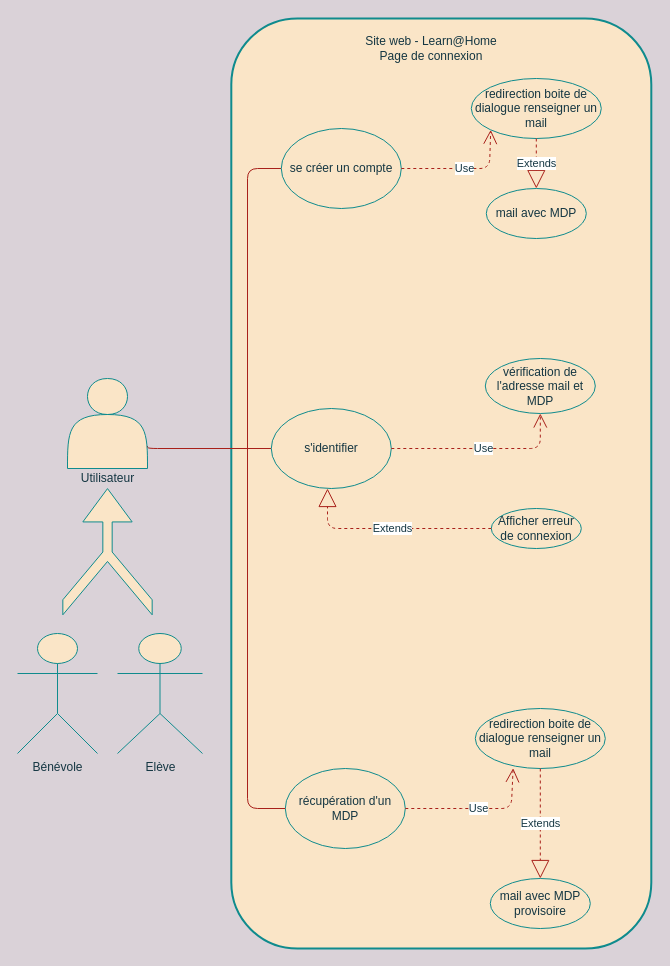
Formation-DA-PYTHON2021/projet3 keeps this draw.io diagram as page "Connection" (1 of 6) of Copy of Untitled Diagram.drawio. Above is the earlier version. Source tidied: cells renumbered, new cells numbered last; positions are measured from the earlier drawing's top-left corner, leaving out a move shared by most shapes. Both pictures are drawn from the tidied source at 100%, with x=0, y=0 at pixel (17, 18).
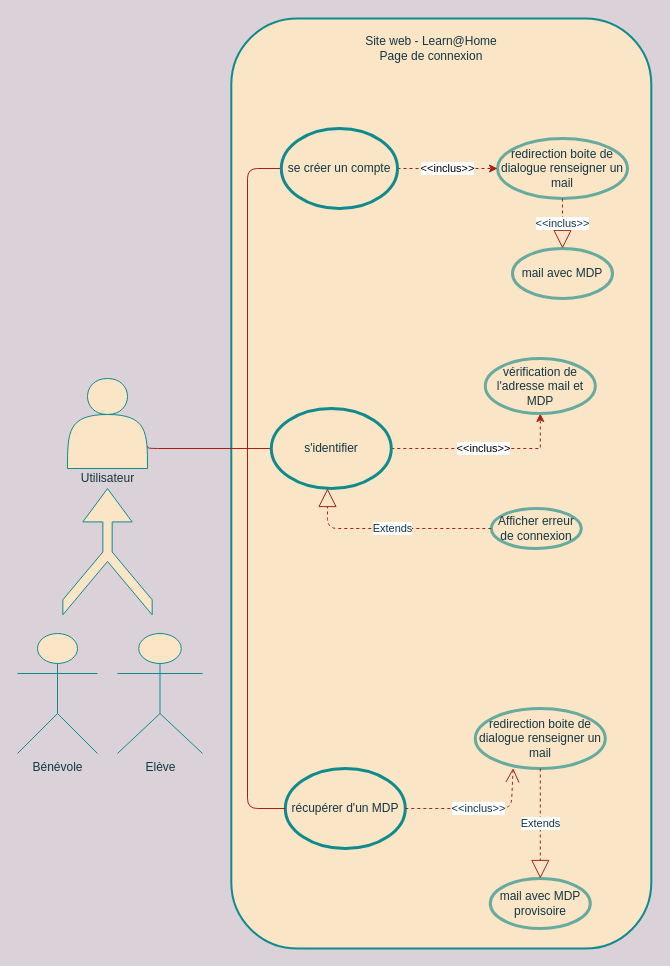
After the change.

Diff of the diagram source:
```diff
@@
+    <mxCell id="19" value="&amp;lt;&amp;lt;inclus&amp;gt;&amp;gt;" style="edgeStyle=orthogonalEdgeStyle;rounded=0;jettySize=auto;html=1;exitX=1;exitY=0.5;exitDx=0;exitDy=0;entryX=0.5;entryY=1;entryDx=0;entryDy=0;dashed=1;strokeColor=#A8201A;" parent="1" edge="1" source="7" target="18">
+      <mxGeometry relative="1" as="geometry" />
+    </mxCell>
-    <mxCell id="7" value="s'identifier" style="ellipse;whiteSpace=wrap;html=1;fillColor=#FAE5C7;strokeColor=#0F8B8D;fontColor=#143642;rounded=1;" parent="1" vertex="1">
+    <mxCell id="7" value="s'identifier" style="ellipse;whiteSpace=wrap;html=1;fillColor=#FAE5C7;strokeColor=#0F8B8D;fontColor=#143642;rounded=1;strokeWidth=3;" parent="1" vertex="1">
       <mxGeometry x="253.8" y="390" width="120" height="80" as="geometry" />
     </mxCell>
-    <mxCell id="8" value="Afficher erreur de connexion" style="ellipse;whiteSpace=wrap;html=1;fillColor=#FAE5C7;strokeColor=#0F8B8D;fontColor=#143642;rounded=1;" parent="1" vertex="1">
+    <mxCell id="8" value="Afficher erreur de connexion" style="ellipse;whiteSpace=wrap;html=1;fillColor=#FAE5C7;strokeColor=#67AB9F;fontColor=#143642;rounded=1;strokeWidth=3;" parent="1" vertex="1">
       <mxGeometry x="473.8" y="490" width="90" height="40" as="geometry" />
     </mxCell>
-    <mxCell id="9" value="redirection boite de dialogue renseigner un mail" style="ellipse;whiteSpace=wrap;html=1;fillColor=#FAE5C7;strokeColor=#0F8B8D;fontColor=#143642;rounded=1;" parent="1" vertex="1">
-      <mxGeometry x="453.8" y="60" width="130" height="60" as="geometry" />
+    <mxCell id="9" value="redirection boite de dialogue renseigner un mail" style="ellipse;whiteSpace=wrap;html=1;fillColor=#FAE5C7;strokeColor=#67AB9F;fontColor=#143642;rounded=1;strokeWidth=3;" parent="1" vertex="1">
+      <mxGeometry x="480" y="120" width="130" height="60" as="geometry" />
     </mxCell>
-    <mxCell id="10" value="récupération d'un MDP" style="ellipse;whiteSpace=wrap;html=1;fillColor=#FAE5C7;strokeColor=#0F8B8D;fontColor=#143642;rounded=1;" parent="1" vertex="1">
+    <mxCell id="10" value="récupérer d'un MDP" style="ellipse;whiteSpace=wrap;html=1;fillColor=#FAE5C7;strokeColor=#0F8B8D;fontColor=#143642;rounded=1;strokeWidth=3;" parent="1" vertex="1">
       <mxGeometry x="267.8" y="750" width="120" height="80" as="geometry" />
     </mxCell>
@@
+    <mxCell id="27" value="&amp;lt;&amp;lt;inclus&amp;gt;&amp;gt;" style="edgeStyle=orthogonalEdgeStyle;rounded=0;jettySize=auto;html=1;dashed=1;strokeColor=#A8201A;" parent="1" edge="1" source="12" target="9">
+      <mxGeometry relative="1" as="geometry">
+        <Array as="points">
+          <mxPoint x="420" y="150" />
+          <mxPoint x="420" y="150" />
+        </Array>
+      </mxGeometry>
+    </mxCell>
-    <mxCell id="12" value="se créer un compte" style="ellipse;whiteSpace=wrap;html=1;fillColor=#FAE5C7;strokeColor=#0F8B8D;fontColor=#143642;rounded=1;" parent="1" vertex="1">
-      <mxGeometry x="263.8" y="110" width="120" height="80" as="geometry" />
+    <mxCell id="12" value="se créer un compte" style="ellipse;whiteSpace=wrap;html=1;fillColor=#FAE5C7;strokeColor=#0F8B8D;fontColor=#143642;rounded=1;strokeWidth=3;" parent="1" vertex="1">
+      <mxGeometry x="263.8" y="110" width="116.2" height="80" as="geometry" />
     </mxCell>
@@
-    <mxCell id="17" value="mail avec MDP" style="ellipse;whiteSpace=wrap;html=1;fillColor=#FAE5C7;strokeColor=#0F8B8D;fontColor=#143642;rounded=1;" parent="1" vertex="1">
-      <mxGeometry x="468.8" y="170" width="100" height="50" as="geometry" />
+    <mxCell id="17" value="mail avec MDP" style="ellipse;whiteSpace=wrap;html=1;fillColor=#FAE5C7;strokeColor=#67AB9F;fontColor=#143642;rounded=1;strokeWidth=3;" parent="1" vertex="1">
+      <mxGeometry x="495" y="230" width="100" height="50" as="geometry" />
     </mxCell>
-    <mxCell id="18" value="vérification de l'adresse mail et MDP" style="ellipse;whiteSpace=wrap;html=1;fillColor=#FAE5C7;strokeColor=#0F8B8D;fontColor=#143642;rounded=1;" parent="1" vertex="1">
+    <mxCell id="18" value="vérification de l'adresse mail et MDP" style="ellipse;whiteSpace=wrap;html=1;fillColor=#FAE5C7;strokeColor=#67AB9F;fontColor=#143642;rounded=1;strokeWidth=3;" parent="1" vertex="1">
       <mxGeometry x="467.8" y="340" width="110" height="55" as="geometry" />
     </mxCell>
-    <mxCell id="19" value="Use" style="endArrow=open;endSize=12;dashed=1;html=1;fontColor=#143642;strokeColor=#A8201A;fillColor=#FAE5C7;entryX=0.5;entryY=1;entryDx=0;entryDy=0;exitX=1;exitY=0.5;exitDx=0;exitDy=0;" parent="1" edge="1" source="7" target="18">
-      <mxGeometry relative="1" as="geometry">
-        <Array as="points">
-          <mxPoint x="522.8" y="430" />
-        </Array>
-      </mxGeometry>
-    </mxCell>
@@
-    <mxCell id="22" value="redirection boite de dialogue renseigner un mail" style="ellipse;whiteSpace=wrap;html=1;fillColor=#FAE5C7;strokeColor=#0F8B8D;fontColor=#143642;rounded=1;" parent="1" vertex="1">
+    <mxCell id="22" value="redirection boite de dialogue renseigner un mail" style="ellipse;whiteSpace=wrap;html=1;fillColor=#FAE5C7;strokeColor=#67AB9F;fontColor=#143642;rounded=1;strokeWidth=3;" parent="1" vertex="1">
       <mxGeometry x="457.8" y="690" width="130" height="60" as="geometry" />
     </mxCell>
-    <mxCell id="23" value="mail avec MDP provisoire" style="ellipse;whiteSpace=wrap;html=1;fillColor=#FAE5C7;strokeColor=#0F8B8D;fontColor=#143642;rounded=1;" parent="1" vertex="1">
+    <mxCell id="23" value="mail avec MDP provisoire" style="ellipse;whiteSpace=wrap;html=1;fillColor=#FAE5C7;strokeColor=#67AB9F;fontColor=#143642;rounded=1;strokeWidth=3;" parent="1" vertex="1">
       <mxGeometry x="472.8" y="860" width="100" height="50" as="geometry" />
     </mxCell>
-    <mxCell id="24" value="Use" style="endArrow=open;endSize=12;dashed=1;html=1;fontColor=#143642;strokeColor=#A8201A;fillColor=#FAE5C7;entryX=0.291;entryY=0.994;entryDx=0;entryDy=0;entryPerimeter=0;exitX=1;exitY=0.5;exitDx=0;exitDy=0;" parent="1" edge="1" source="10" target="22">
+    <mxCell id="24" value="&amp;lt;&amp;lt;inclus&amp;gt;&amp;gt;" style="endArrow=open;endSize=12;dashed=1;html=1;fontColor=#143642;strokeColor=#A8201A;fillColor=#FAE5C7;entryX=0.291;entryY=0.994;entryDx=0;entryDy=0;entryPerimeter=0;exitX=1;exitY=0.5;exitDx=0;exitDy=0;" parent="1" edge="1" source="10" target="22">
       <mxGeometry relative="1" as="geometry">
         <Array as="points">
           <mxPoint x="433.8" y="790" />
           <mxPoint x="493.8" y="790" />
         </Array>
       </mxGeometry>
     </mxCell>
@@
-    <mxCell id="27" value="Use" style="endArrow=open;endSize=12;dashed=1;html=1;fontColor=#143642;strokeColor=#A8201A;fillColor=#FAE5C7;entryX=0;entryY=1;entryDx=0;entryDy=0;exitX=1;exitY=0.5;exitDx=0;exitDy=0;" parent="1" edge="1" source="12" target="9">
-      <mxGeometry relative="1" as="geometry">
-        <Array as="points">
-          <mxPoint x="472" y="150" />
-        </Array>
-      </mxGeometry>
-    </mxCell>
-    <mxCell id="28" value="Extends" style="endArrow=block;endSize=16;endFill=0;html=1;dashed=1;fontColor=#143642;strokeColor=#A8201A;fillColor=#FAE5C7;exitX=0.5;exitY=1;exitDx=0;exitDy=0;entryX=0.5;entryY=0;entryDx=0;entryDy=0;" parent="1" edge="1" source="9" target="17">
+    <mxCell id="28" value="&amp;lt;&amp;lt;inclus&amp;gt;&amp;gt;" style="endArrow=block;endSize=16;endFill=0;html=1;dashed=1;fontColor=#143642;strokeColor=#A8201A;fillColor=#FAE5C7;exitX=0.5;exitY=1;exitDx=0;exitDy=0;entryX=0.5;entryY=0;entryDx=0;entryDy=0;" parent="1" edge="1" source="9" target="17">
       <mxGeometry relative="1" as="geometry" />
     </mxCell>
```
